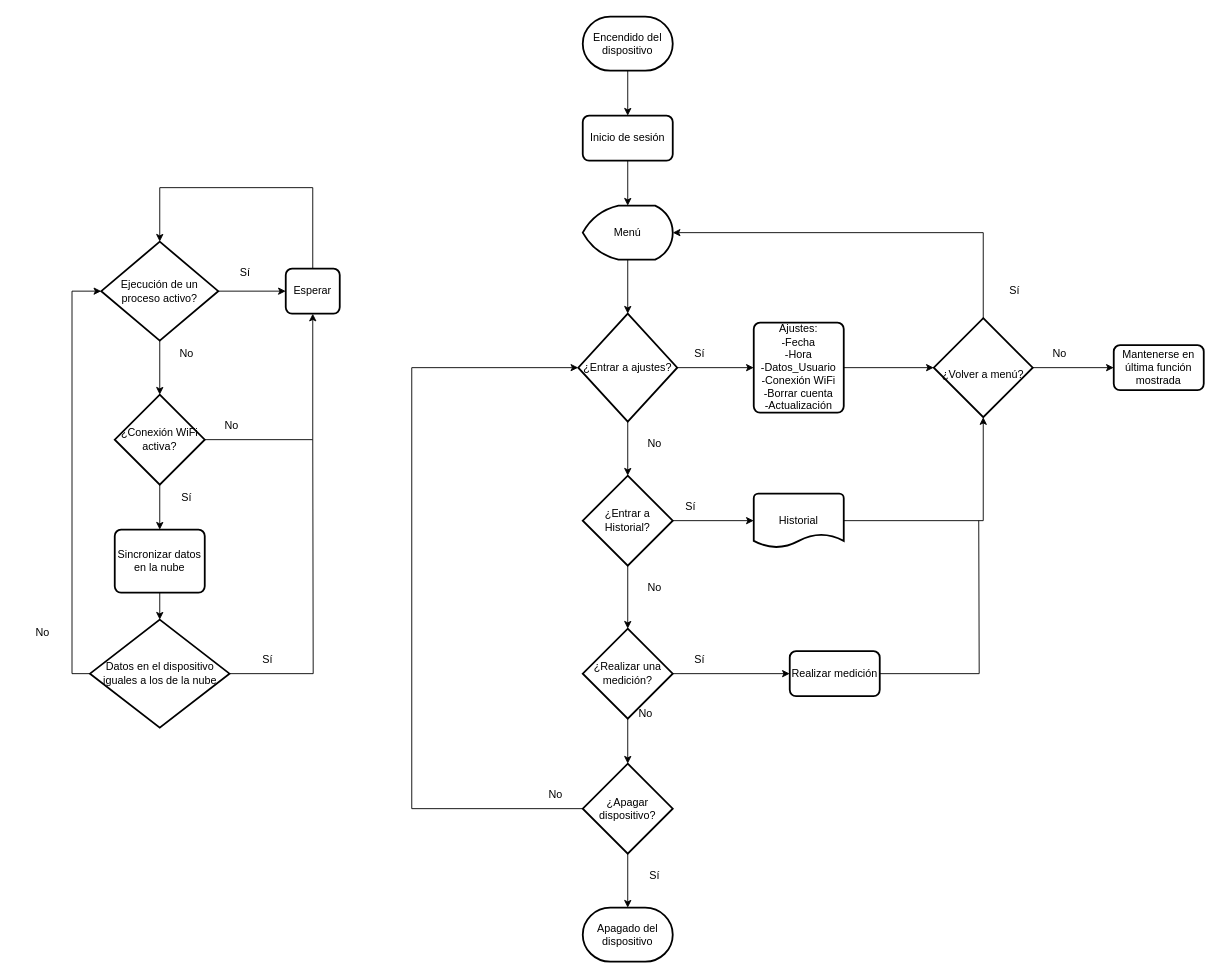
The draw.io diagram Tercera_Fase/Diagramas de software/Diagrama_General.drawio in Angeloib98/BIATRONIC, before the edit. Source tidied: cells renumbered, new cells numbered last; positions are measured from the earlier drawing's top-left corner, leaving out a move shared by most shapes. Both pictures are drawn from the tidied source at 90%, with x=0, y=0 at pixel (15, 16).
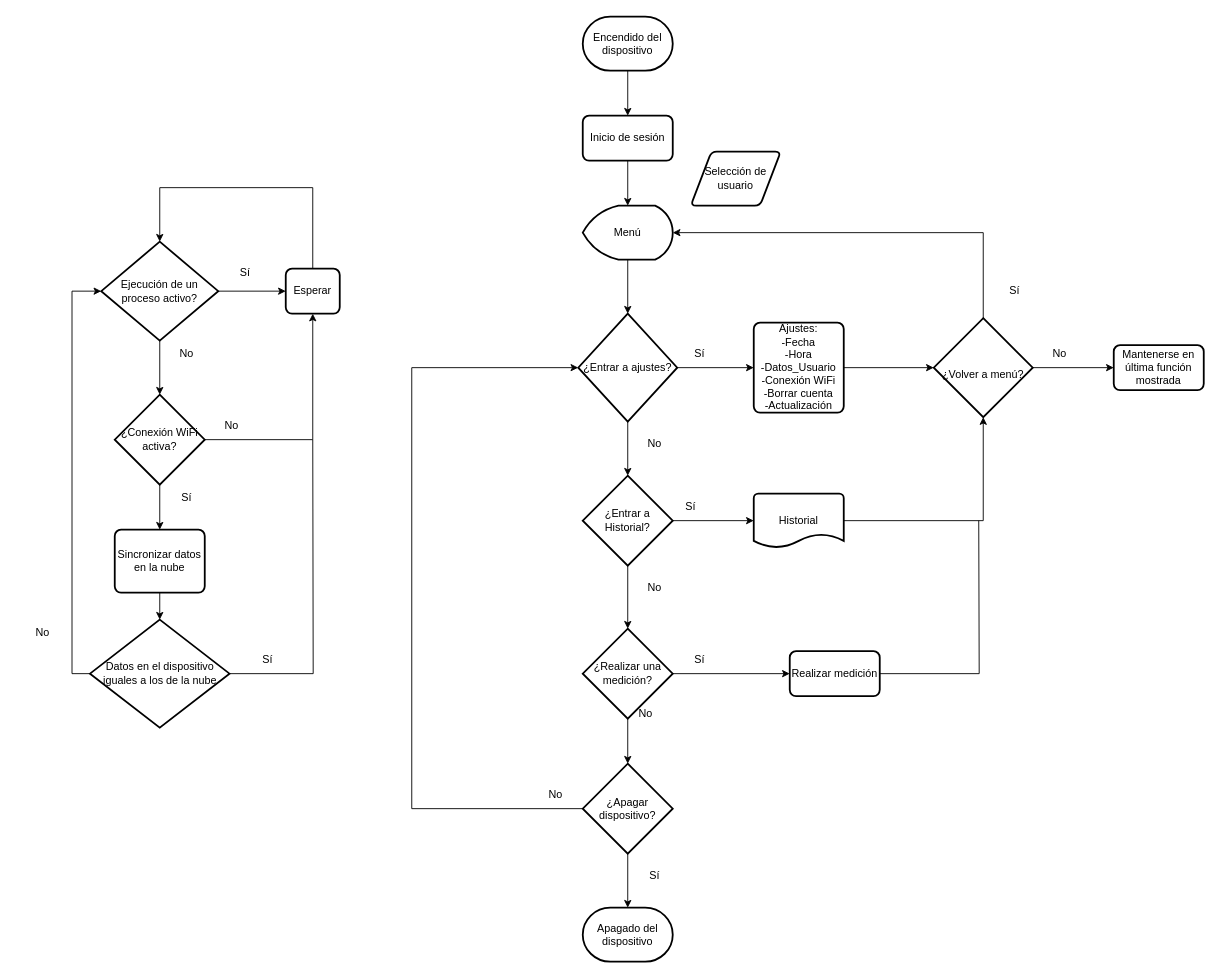
After the change.

Change to the diagram source:
```diff
@@
+    <mxCell id="60" value="Selección de usuario" style="shape=parallelogram;html=1;strokeWidth=2;perimeter=parallelogramPerimeter;whiteSpace=wrap;rounded=1;arcSize=12;size=0.23;" parent="1" vertex="1">
+      <mxGeometry x="750" y="150" width="100" height="60" as="geometry" />
+    </mxCell>
```
